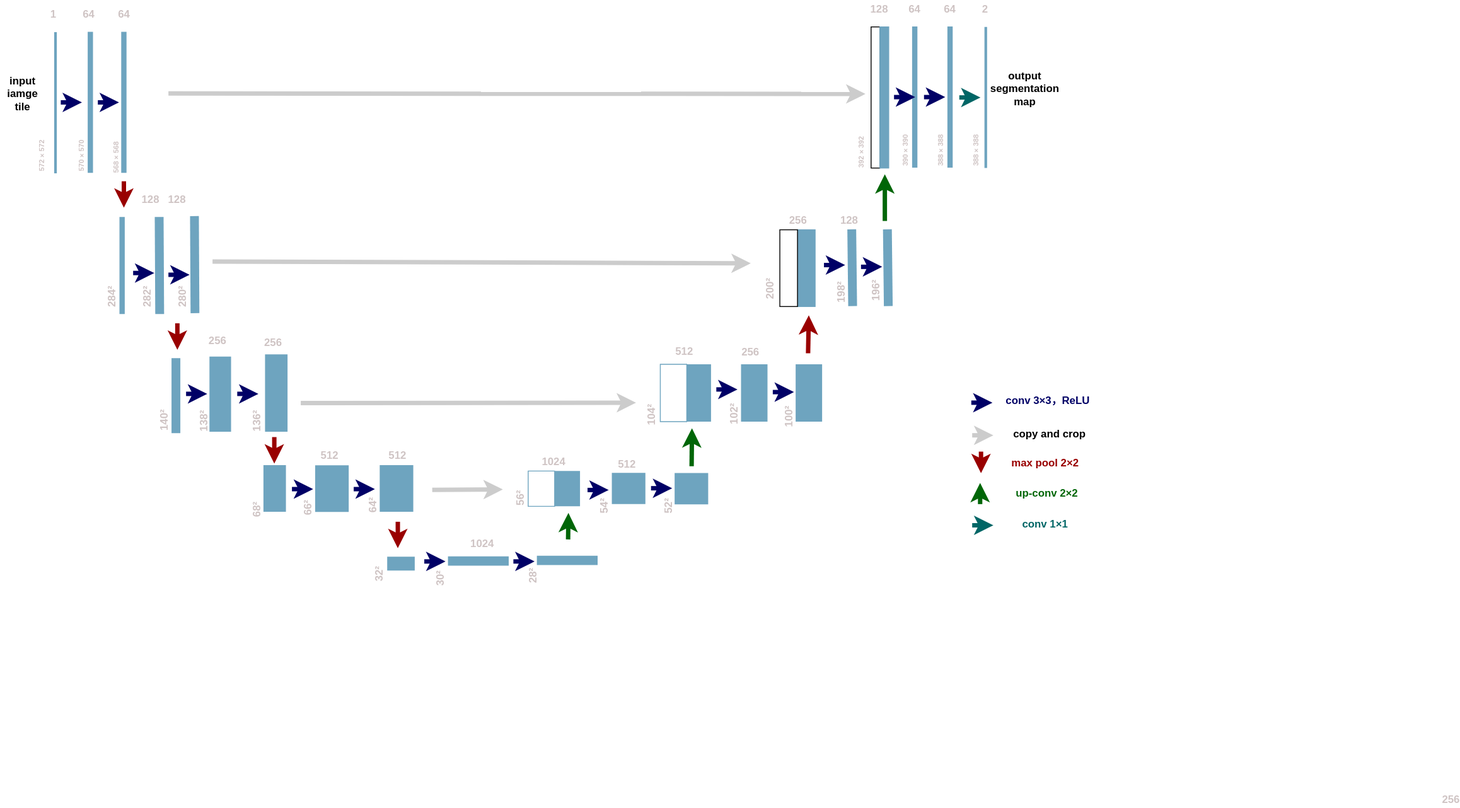
Above: src/unet.drawio.svg in lmf440952096/hellowrld (draw.io), before the change. Source tidied: cells renumbered, new cells last; positions are measured from the earlier drawing's top-left corner, leaving out a move shared by most shapes.
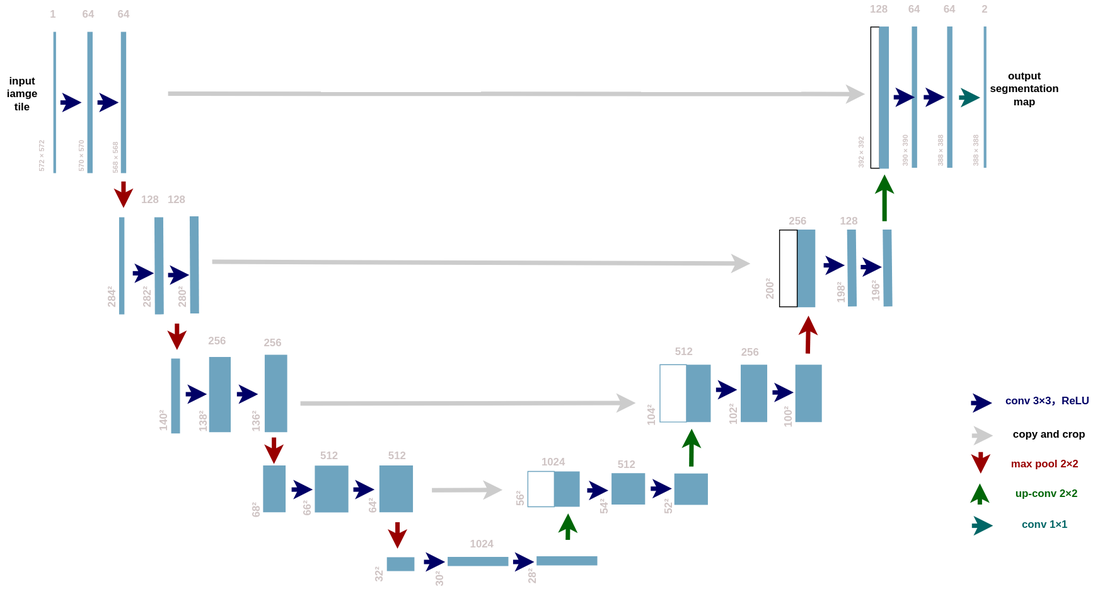
After the commit.

The edit, as a diff of the source:
```diff
@@ -236,9 +236,6 @@
         <mxPoint x="720" y="456" as="targetPoint" />
       </mxGeometry>
     </mxCell>
-    <mxCell id="59" value="256" style="text;html=1;strokeColor=none;fillColor=none;align=center;verticalAlign=middle;whiteSpace=wrap;rounded=0;fontStyle=1;fontSize=12;fontColor=light-dark(#cfc4c4, #ededed);" parent="1" vertex="1">
-      <mxGeometry x="1634" y="896" width="20" height="20" as="geometry" />
-    </mxCell>
     <mxCell id="60" value="512" style="text;html=1;strokeColor=none;fillColor=none;align=center;verticalAlign=middle;whiteSpace=wrap;rounded=0;fontStyle=1;fontSize=12;fontColor=light-dark(#cfc4c4, #ededed);" parent="1" vertex="1">
       <mxGeometry x="765" y="388" width="20" height="20" as="geometry" />
     </mxCell>
```
